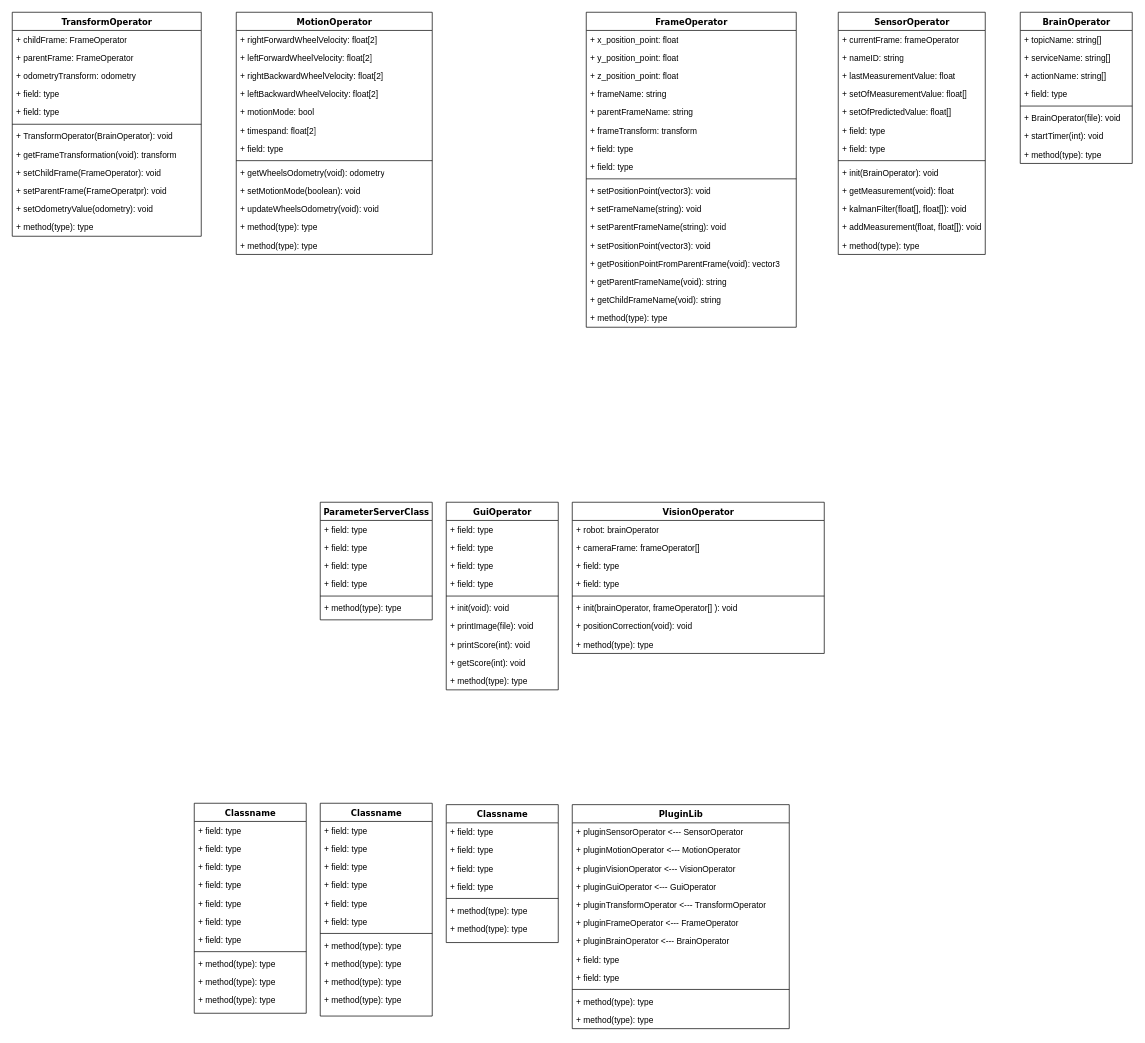
Above: software/software_class_diagram.drawio in Betamax58/coupe-de-france (draw.io), before the change. Source tidied: cells renumbered, new cells numbered last; positions are measured from the earlier drawing's top-left corner, leaving out a move shared by most shapes. Both pictures are drawn from the tidied source at 70%, with x=0, y=0 at pixel (12, 12).
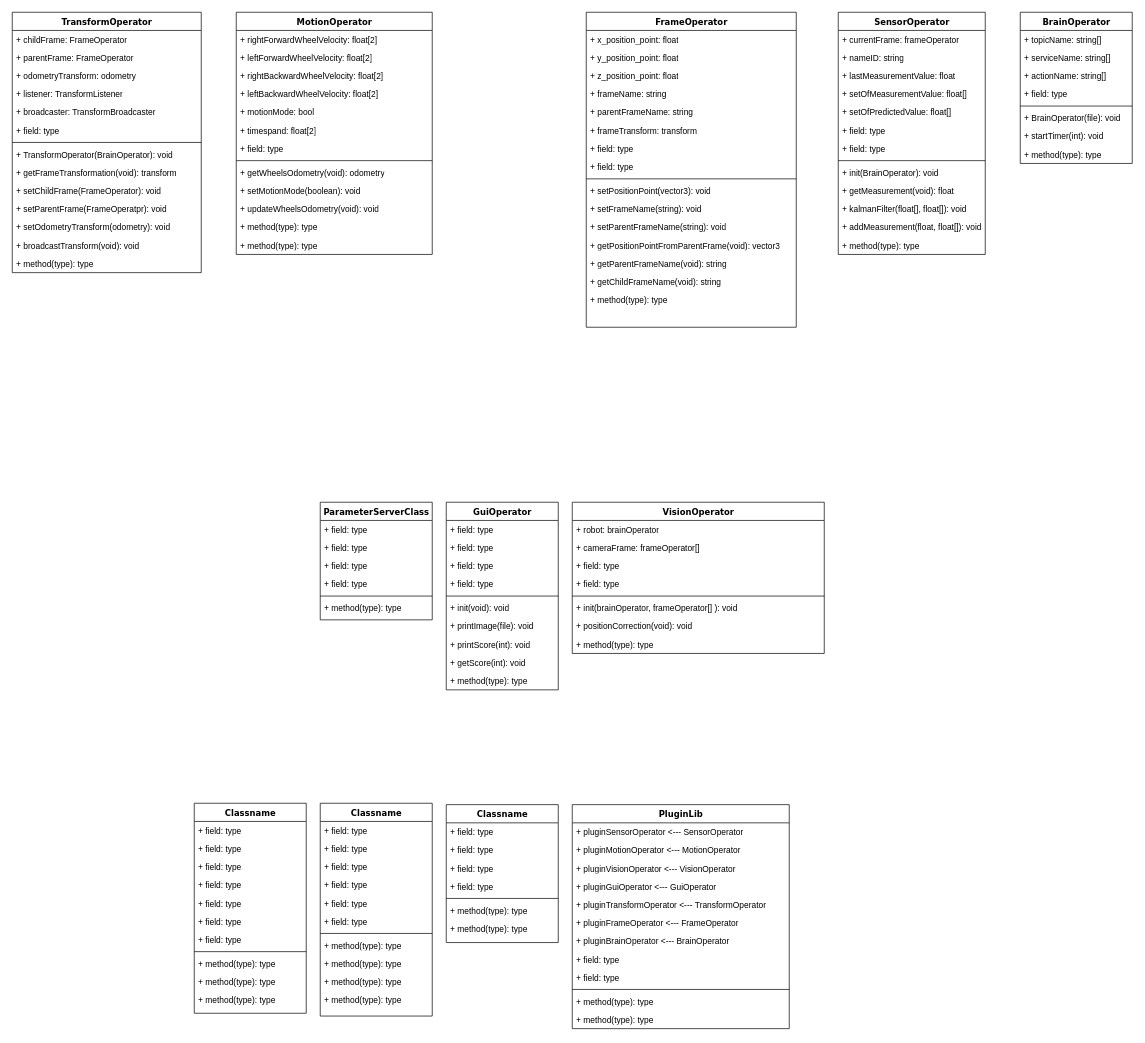
The same page after the edit.

Commit message:
Mettre à jour software_class_diagram.drawio

Unchanged cells that the change refers to:
```xml
<mxCell id="15" value="FrameOperator" style="swimlane;html=1;fontStyle=1;align=center;verticalAlign=top;horizontal=1;startSize=26;swimlaneFillColor=#ffffff;rounded=0;shadow=0;comic=0;labelBackgroundColor=none;strokeWidth=1;fillColor=none;fontFamily=Verdana;fontSize=12;" parent="1" vertex="1">
  <mxGeometry x="820" width="300" height="450" as="geometry" />
</mxCell>
```

Diff of the diagram source:
```diff
@@
     <mxCell id="2" value="TransformOperator" style="swimlane;html=1;fontStyle=1;align=center;verticalAlign=top;horizontal=1;startSize=26;swimlaneFillColor=#ffffff;rounded=0;shadow=0;comic=0;labelBackgroundColor=none;strokeWidth=1;fillColor=none;fontFamily=Verdana;fontSize=12;" parent="1" vertex="1">
-      <mxGeometry width="270" height="320" as="geometry" />
+      <mxGeometry width="270" height="372" as="geometry" />
     </mxCell>
@@
-    <mxCell id="6" value="+ field: type" style="text;html=1;strokeColor=none;fillColor=none;align=left;verticalAlign=top;spacingLeft=4;spacingRight=4;whiteSpace=wrap;overflow=hidden;" parent="2" vertex="1">
+    <mxCell id="6" value="+ listener: TransformListener" style="text;html=1;strokeColor=none;fillColor=none;align=left;verticalAlign=top;spacingLeft=4;spacingRight=4;whiteSpace=wrap;overflow=hidden;" parent="2" vertex="1">
       <mxGeometry y="104" width="270" height="26" as="geometry" />
     </mxCell>
+    <mxCell id="142" value="+ broadcaster: TransformBroadcaster" style="text;html=1;strokeColor=none;fillColor=none;align=left;verticalAlign=top;spacingLeft=4;spacingRight=4;whiteSpace=wrap;overflow=hidden;" parent="2" vertex="1">
+      <mxGeometry y="130" width="270" height="26" as="geometry" />
+    </mxCell>
     <mxCell id="7" value="+ field: type" style="text;html=1;strokeColor=none;fillColor=none;align=left;verticalAlign=top;spacingLeft=4;spacingRight=4;whiteSpace=wrap;overflow=hidden;" parent="2" vertex="1">
-      <mxGeometry y="130" width="270" height="26" as="geometry" />
+      <mxGeometry y="156" width="270" height="26" as="geometry" />
     </mxCell>
     <mxCell id="8" style="line;html=1;strokeWidth=1;fillColor=none;align=left;verticalAlign=middle;spacingTop=-1;spacingLeft=3;spacingRight=3;labelPosition=right;" parent="2" vertex="1">
-      <mxGeometry y="156" width="270" height="8" as="geometry" />
+      <mxGeometry y="182" width="270" height="8" as="geometry" />
     </mxCell>
     <mxCell id="9" value="+ TransformOperator(BrainOperator): void" style="text;html=1;strokeColor=none;fillColor=none;align=left;verticalAlign=top;spacingLeft=4;spacingRight=4;whiteSpace=wrap;overflow=hidden;" parent="2" vertex="1">
-      <mxGeometry y="164" width="270" height="26" as="geometry" />
+      <mxGeometry y="190" width="270" height="26" as="geometry" />
     </mxCell>
     <mxCell id="10" value="+ getFrameTransformation(void): transform" style="text;html=1;strokeColor=none;fillColor=none;align=left;verticalAlign=top;spacingLeft=4;spacingRight=4;whiteSpace=wrap;overflow=hidden;" parent="2" vertex="1">
-      <mxGeometry y="190" width="270" height="26" as="geometry" />
+      <mxGeometry y="216" width="270" height="26" as="geometry" />
     </mxCell>
     <mxCell id="11" value="+ setChildFrame(FrameOperator): void" style="text;html=1;strokeColor=none;fillColor=none;align=left;verticalAlign=top;spacingLeft=4;spacingRight=4;whiteSpace=wrap;overflow=hidden;" parent="2" vertex="1">
-      <mxGeometry y="216" width="270" height="26" as="geometry" />
+      <mxGeometry y="242" width="270" height="26" as="geometry" />
     </mxCell>
     <mxCell id="12" value="+ setParentFrame(FrameOperatpr): void" style="text;html=1;strokeColor=none;fillColor=none;align=left;verticalAlign=top;spacingLeft=4;spacingRight=4;whiteSpace=wrap;overflow=hidden;" parent="2" vertex="1">
-      <mxGeometry y="242" width="270" height="26" as="geometry" />
+      <mxGeometry y="268" width="270" height="26" as="geometry" />
     </mxCell>
-    <mxCell id="13" value="+ setOdometryValue(odometry): void" style="text;html=1;strokeColor=none;fillColor=none;align=left;verticalAlign=top;spacingLeft=4;spacingRight=4;whiteSpace=wrap;overflow=hidden;" parent="2" vertex="1">
-      <mxGeometry y="268" width="270" height="26" as="geometry" />
+    <mxCell id="13" value="+ setOdometryTransform(odometry): void" style="text;html=1;strokeColor=none;fillColor=none;align=left;verticalAlign=top;spacingLeft=4;spacingRight=4;whiteSpace=wrap;overflow=hidden;" parent="2" vertex="1">
+      <mxGeometry y="294" width="270" height="26" as="geometry" />
     </mxCell>
+    <mxCell id="143" value="+ broadcastTransform(void): void" style="text;html=1;strokeColor=none;fillColor=none;align=left;verticalAlign=top;spacingLeft=4;spacingRight=4;whiteSpace=wrap;overflow=hidden;" parent="2" vertex="1">
+      <mxGeometry y="320" width="270" height="26" as="geometry" />
+    </mxCell>
     <mxCell id="14" value="+ method(type): type" style="text;html=1;strokeColor=none;fillColor=none;align=left;verticalAlign=top;spacingLeft=4;spacingRight=4;whiteSpace=wrap;overflow=hidden;" parent="2" vertex="1">
-      <mxGeometry y="294" width="270" height="26" as="geometry" />
+      <mxGeometry y="346" width="270" height="26" as="geometry" />
     </mxCell>
@@
-    <mxCell id="28" value="+ setPositionPoint(vector3): void" style="text;html=1;strokeColor=none;fillColor=none;align=left;verticalAlign=top;spacingLeft=4;spacingRight=4;whiteSpace=wrap;overflow=hidden;" parent="15" vertex="1">
-      <mxGeometry y="320" width="300" height="26" as="geometry" />
-    </mxCell>
     <mxCell id="29" value="+ getPositionPointFromParentFrame(void): vector3" style="text;html=1;strokeColor=none;fillColor=none;align=left;verticalAlign=top;spacingLeft=4;spacingRight=4;whiteSpace=wrap;overflow=hidden;" parent="15" vertex="1">
-      <mxGeometry y="346" width="300" height="26" as="geometry" />
+      <mxGeometry y="320" width="300" height="26" as="geometry" />
     </mxCell>
     <mxCell id="30" value="+ getParentFrameName(void): string" style="text;html=1;strokeColor=none;fillColor=none;align=left;verticalAlign=top;spacingLeft=4;spacingRight=4;whiteSpace=wrap;overflow=hidden;" parent="15" vertex="1">
-      <mxGeometry y="372" width="300" height="26" as="geometry" />
+      <mxGeometry y="346" width="300" height="26" as="geometry" />
     </mxCell>
     <mxCell id="31" value="+ getChildFrameName(void): string" style="text;html=1;strokeColor=none;fillColor=none;align=left;verticalAlign=top;spacingLeft=4;spacingRight=4;whiteSpace=wrap;overflow=hidden;" parent="15" vertex="1">
-      <mxGeometry y="398" width="300" height="26" as="geometry" />
+      <mxGeometry y="372" width="300" height="26" as="geometry" />
     </mxCell>
     <mxCell id="32" value="+ method(type): type" style="text;html=1;strokeColor=none;fillColor=none;align=left;verticalAlign=top;spacingLeft=4;spacingRight=4;whiteSpace=wrap;overflow=hidden;" parent="15" vertex="1">
-      <mxGeometry y="424" width="300" height="26" as="geometry" />
+      <mxGeometry y="398" width="300" height="26" as="geometry" />
     </mxCell>
```
